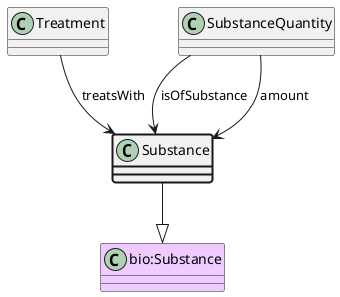
Above: ttl_uml/ttl_appn_Substance.png in aus-plant-phenomics-network/appn-schema (PlantUML), before the change. Its diagram source:
```plantuml
@startuml
class Substance  #line.bold
class "bio:Substance" #EECCFF
Substance --|> "bio:Substance"
class Treatment
Treatment --> Substance : treatsWith
class SubstanceQuantity
SubstanceQuantity --> Substance : isOfSubstance
class SubstanceQuantity
SubstanceQuantity --> Substance : amount
@enduml
```
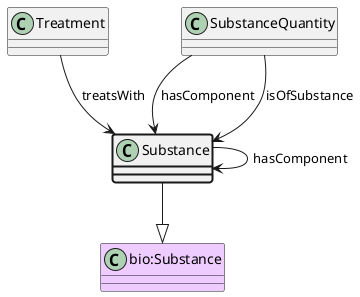
After the commit.

Diff of the diagram source:
```diff
@@ -4,8 +4,9 @@
 Substance --|> "bio:Substance"
 class Treatment
 Treatment --> Substance : treatsWith
+Substance --> Substance : hasComponent
+class SubstanceQuantity
+SubstanceQuantity --> Substance : hasComponent
 class SubstanceQuantity
 SubstanceQuantity --> Substance : isOfSubstance
-class SubstanceQuantity
-SubstanceQuantity --> Substance : amount
 @enduml
```
